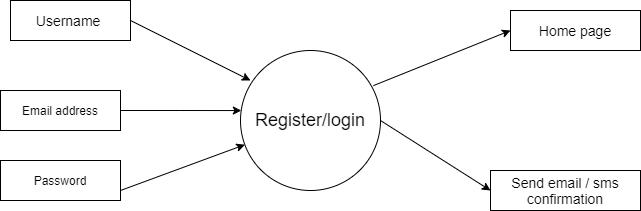
Earlier version of the draw.io export DFDLogin.png (bidya01/Programs). Source tidied: cells renumbered, new cells last; positions are measured from the earlier drawing's top-left corner, leaving out a move shared by most shapes.
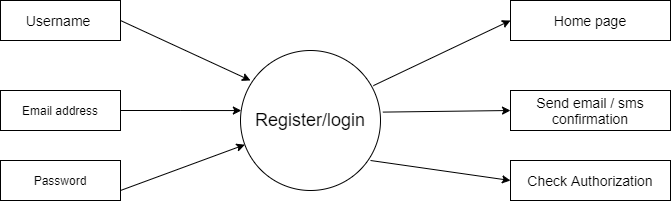
Later version of the same file.

The edit, as a diff of the source:
```diff
@@ -6,7 +6,7 @@
       <mxGeometry x="240" y="50" width="140" height="140" as="geometry" />
     </mxCell>
     <mxCell id="3" value="&lt;font style=&quot;font-size: 14px&quot;&gt;Username&amp;nbsp;&lt;/font&gt;" style="rounded=0;whiteSpace=wrap;html=1;" parent="1" vertex="1">
-      <mxGeometry x="10" width="120" height="40" as="geometry" />
+      <mxGeometry width="120" height="40" as="geometry" />
     </mxCell>
     <mxCell id="4" style="endArrow=classic;html=1;exitX=1;exitY=0.5;exitDx=0;exitDy=0;" parent="1" edge="1" source="3">
       <mxGeometry relative="1" as="geometry">
@@ -26,16 +26,24 @@
       <mxGeometry relative="1" as="geometry" />
     </mxCell>
     <mxCell id="9" value="&lt;font style=&quot;font-size: 14px&quot;&gt;Home page&lt;/font&gt;" style="rounded=0;whiteSpace=wrap;html=1;" parent="1" vertex="1">
-      <mxGeometry x="510" y="10" width="130" height="40" as="geometry" />
+      <mxGeometry x="510" width="160" height="40" as="geometry" />
     </mxCell>
     <mxCell id="10" style="endArrow=classic;html=1;exitX=0.949;exitY=0.251;exitDx=0;exitDy=0;exitPerimeter=0;entryX=0;entryY=0.5;entryDx=0;entryDy=0;" parent="1" edge="1" source="2" target="9">
       <mxGeometry relative="1" as="geometry" />
     </mxCell>
     <mxCell id="11" value="&lt;font style=&quot;font-size: 14px&quot;&gt;Send email / sms confirmation&lt;/font&gt;" style="rounded=0;whiteSpace=wrap;html=1;" parent="1" vertex="1">
-      <mxGeometry x="490" y="170" width="150" height="40" as="geometry" />
+      <mxGeometry x="510" y="90" width="160" height="40" as="geometry" />
     </mxCell>
-    <mxCell id="12" style="endArrow=classic;html=1;entryX=0;entryY=0.5;entryDx=0;entryDy=0;exitX=1;exitY=0.5;exitDx=0;exitDy=0;" parent="1" edge="1" source="2" target="11">
+    <mxCell id="12" style="endArrow=classic;html=1;entryX=0;entryY=0.5;entryDx=0;entryDy=0;exitX=1.017;exitY=0.44;exitDx=0;exitDy=0;exitPerimeter=0;" parent="1" edge="1" source="2" target="11">
       <mxGeometry relative="1" as="geometry" />
     </mxCell>
+    <mxCell id="13" value="&lt;font style=&quot;font-size: 14px&quot;&gt;Check Authorization&lt;/font&gt;" style="rounded=0;whiteSpace=wrap;html=1;" parent="1" vertex="1">
+      <mxGeometry x="510" y="160" width="160" height="40" as="geometry" />
+    </mxCell>
+    <mxCell id="14" style="endArrow=classic;html=1;entryX=0;entryY=0.5;entryDx=0;entryDy=0;" parent="1" edge="1" target="13">
+      <mxGeometry relative="1" as="geometry">
+        <mxPoint x="370" y="160" as="sourcePoint" />
+      </mxGeometry>
+    </mxCell>
   </root>
 </mxGraphModel>
```
